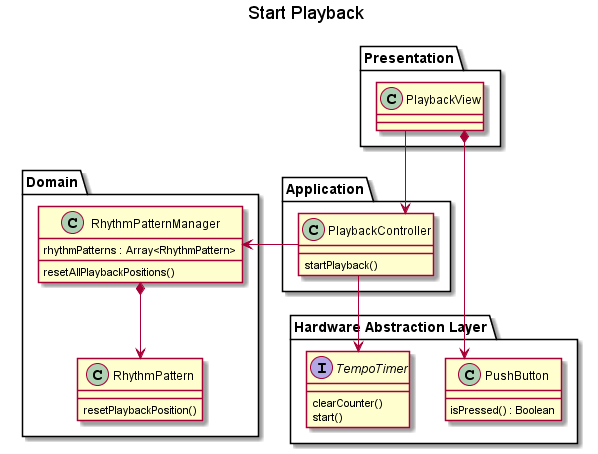
Above: doc/plantuml/img/class_diagrams/start_playback.png in Warwolt/tr2k_drum_machine (PlantUML), before the change. Its diagram source:
```plantuml
@startuml

skinparam linetype ortho

title Start Playback



Package Presentation
{
	class PlaybackView
}

Package Application
{
	class PlaybackController
	{
		startPlayback()
	}
}

Package "Hardware Abstraction Layer"
{
	class PushButton
	{
		isPressed() : Boolean
	}

	interface TempoTimer
	{
		clearCounter()
		start()
	}
}

Package "Domain"
{
	class RhythmPatternManager
	{
		rhythmPatterns : Array<RhythmPattern>
		resetAllPlaybackPositions()
	}

	class RhythmPattern
	{
		resetPlaybackPosition()
	}
}



PlaybackView *--> PushButton
PlaybackView -down-> PlaybackController
PlaybackController --> TempoTimer
PlaybackController -left-> RhythmPatternManager
RhythmPatternManager *--> RhythmPattern

@enduml
```
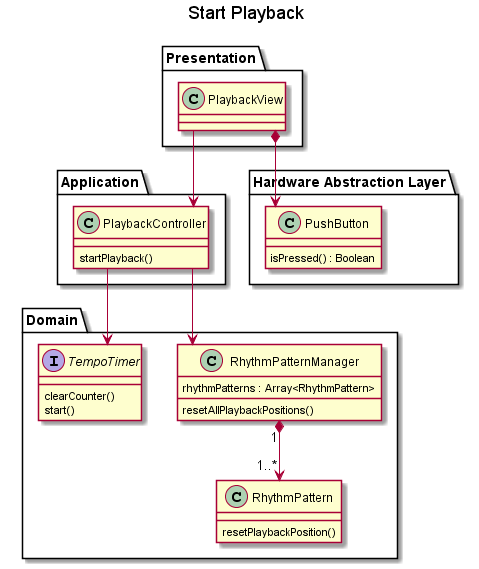
After the change.

Commit message:
Update start_playback diagram, add sketch diagram for tempo timer implementation

What changed in the source:
```diff
@@ -6,30 +6,16 @@
 
 
 
-Package Presentation
+Package "Presentation"
 {
 	class PlaybackView
 }
 
-Package Application
+Package "Application"
 {
 	class PlaybackController
 	{
 		startPlayback()
-	}
-}
-
-Package "Hardware Abstraction Layer"
-{
-	class PushButton
-	{
-		isPressed() : Boolean
-	}
-
-	interface TempoTimer
-	{
-		clearCounter()
-		start()
 	}
 }
 
@@ -45,6 +31,20 @@
 	{
 		resetPlaybackPosition()
 	}
+
+	interface TempoTimer
+	{
+		clearCounter()
+		start()
+	}
+}
+
+Package "Hardware Abstraction Layer"
+{
+	class PushButton
+	{
+		isPressed() : Boolean
+	}
 }
 
 
@@ -53,6 +53,6 @@
 PlaybackView -down-> PlaybackController
 PlaybackController --> TempoTimer
 PlaybackController -left-> RhythmPatternManager
-RhythmPatternManager *--> RhythmPattern
+RhythmPatternManager "1..*"*-->"1" RhythmPattern
 
 @enduml
```
